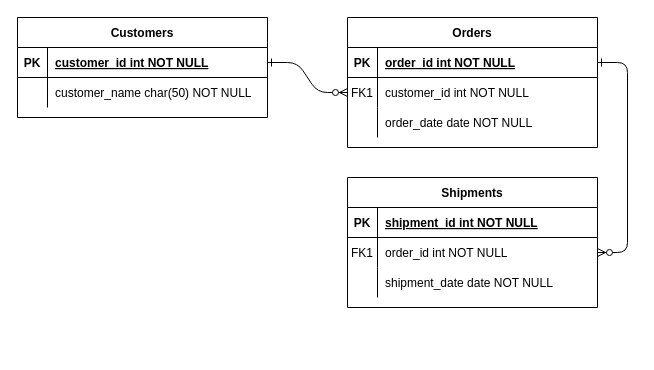
Before: Untitled Diagram.drawio in 20Mphumzi16/TutorScheduleApplication, a draw.io diagram. Source tidied: cells renumbered, new cells numbered last; positions are measured from the earlier drawing's top-left corner, leaving out a move shared by most shapes. Both pictures are drawn from the tidied source at 100%, with x=0, y=0 at pixel (17, 17).
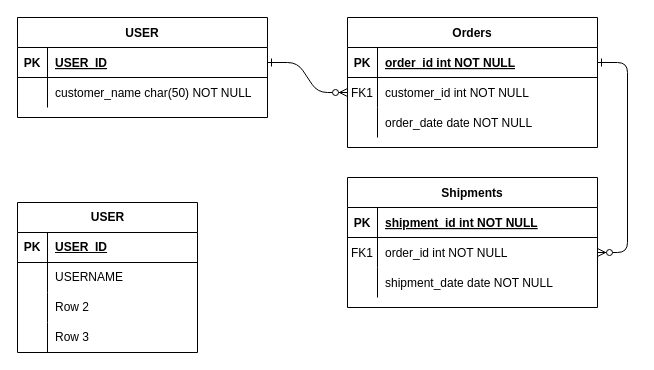
After the change.

Unchanged cells that the change refers to:
```xml
<mxCell id="25" style="shape=partialRectangle;fillColor=none;points=[[0,0.5],[1,0.5]];portConstraint=eastwest;top=0;left=0;right=0;bottom=1;" parent="24" vertex="1">
  <mxGeometry y="30" width="250" height="30" as="geometry" />
</mxCell>
```

Change to the diagram source:
```diff
@@
-    <mxCell id="24" value="Customers" style="shape=table;startSize=30;childLayout=tableLayout;rowLines=0;fontStyle=1;align=center;" parent="1" vertex="1">
+    <mxCell id="24" value="USER" style="shape=table;startSize=30;childLayout=tableLayout;rowLines=0;fontStyle=1;align=center;" parent="1" vertex="1">
       <mxGeometry width="250" height="100" as="geometry" />
     </mxCell>
@@
-    <mxCell id="27" value="customer_id int NOT NULL " style="shape=partialRectangle;overflow=hidden;fillColor=none;top=0;left=0;bottom=0;right=0;align=left;spacingLeft=6;fontStyle=5;" parent="25" vertex="1">
+    <mxCell id="27" value="USER_ID" style="shape=partialRectangle;overflow=hidden;fillColor=none;top=0;left=0;bottom=0;right=0;align=left;spacingLeft=6;fontStyle=5;" parent="25" vertex="1">
       <mxGeometry x="30" width="220" height="30" as="geometry" />
     </mxCell>
@@
+    <mxCell id="31" style="shape=partialRectangle;overflow=hidden;fillColor=none;top=0;left=0;bottom=0;right=0;" parent="1" vertex="1">
+      <mxGeometry y="70" width="30" height="30" as="geometry" />
+    </mxCell>
+    <mxCell id="32" value="USER" style="shape=table;startSize=30;childLayout=tableLayout;rowLines=0;fontStyle=1;align=center;html=1;" parent="1" vertex="1">
+      <mxGeometry y="185" width="180" height="150" as="geometry" />
+    </mxCell>
+    <mxCell id="33" style="shape=tableRow;horizontal=0;startSize=0;swimlaneHead=0;swimlaneBody=0;fillColor=none;top=0;left=0;right=0;bottom=1;" parent="32" vertex="1">
+      <mxGeometry y="30" width="180" height="30" as="geometry" />
+    </mxCell>
+    <mxCell id="34" value="PK" style="shape=partialRectangle;fillColor=none;top=0;left=0;bottom=0;right=0;fontStyle=1;overflow=hidden;whiteSpace=wrap;html=1;" parent="33" vertex="1">
+      <mxGeometry width="30" height="30" as="geometry" />
+    </mxCell>
+    <mxCell id="35" value="USER_ID" style="shape=partialRectangle;fillColor=none;top=0;left=0;bottom=0;right=0;align=left;spacingLeft=6;fontStyle=5;overflow=hidden;whiteSpace=wrap;html=1;" parent="33" vertex="1">
+      <mxGeometry x="30" width="150" height="30" as="geometry" />
+    </mxCell>
+    <mxCell id="36" style="shape=tableRow;horizontal=0;startSize=0;swimlaneHead=0;swimlaneBody=0;fillColor=none;top=0;left=0;right=0;bottom=0;" parent="32" vertex="1">
+      <mxGeometry y="60" width="180" height="30" as="geometry" />
+    </mxCell>
+    <mxCell id="37" style="shape=partialRectangle;fillColor=none;top=0;left=0;bottom=0;right=0;overflow=hidden;whiteSpace=wrap;html=1;" parent="36" vertex="1">
+      <mxGeometry width="30" height="30" as="geometry" />
+    </mxCell>
+    <mxCell id="38" value="USERNAME" style="shape=partialRectangle;fillColor=none;top=0;left=0;bottom=0;right=0;align=left;spacingLeft=6;overflow=hidden;whiteSpace=wrap;html=1;" parent="36" vertex="1">
+      <mxGeometry x="30" width="150" height="30" as="geometry" />
+    </mxCell>
+    <mxCell id="39" style="shape=tableRow;horizontal=0;startSize=0;swimlaneHead=0;swimlaneBody=0;fillColor=none;top=0;left=0;right=0;bottom=0;" parent="32" vertex="1">
+      <mxGeometry y="90" width="180" height="30" as="geometry" />
+    </mxCell>
+    <mxCell id="40" style="shape=partialRectangle;fillColor=none;top=0;left=0;bottom=0;right=0;overflow=hidden;whiteSpace=wrap;html=1;" parent="39" vertex="1">
+      <mxGeometry width="30" height="30" as="geometry" />
+    </mxCell>
+    <mxCell id="41" value="Row 2" style="shape=partialRectangle;fillColor=none;top=0;left=0;bottom=0;right=0;align=left;spacingLeft=6;overflow=hidden;whiteSpace=wrap;html=1;" parent="39" vertex="1">
+      <mxGeometry x="30" width="150" height="30" as="geometry" />
+    </mxCell>
+    <mxCell id="42" style="shape=tableRow;horizontal=0;startSize=0;swimlaneHead=0;swimlaneBody=0;fillColor=none;top=0;left=0;right=0;bottom=0;" parent="32" vertex="1">
+      <mxGeometry y="120" width="180" height="30" as="geometry" />
+    </mxCell>
+    <mxCell id="43" style="shape=partialRectangle;fillColor=none;top=0;left=0;bottom=0;right=0;overflow=hidden;whiteSpace=wrap;html=1;" parent="42" vertex="1">
+      <mxGeometry width="30" height="30" as="geometry" />
+    </mxCell>
+    <mxCell id="44" value="Row 3" style="shape=partialRectangle;fillColor=none;top=0;left=0;bottom=0;right=0;align=left;spacingLeft=6;overflow=hidden;whiteSpace=wrap;html=1;" parent="42" vertex="1">
+      <mxGeometry x="30" width="150" height="30" as="geometry" />
+    </mxCell>
```
